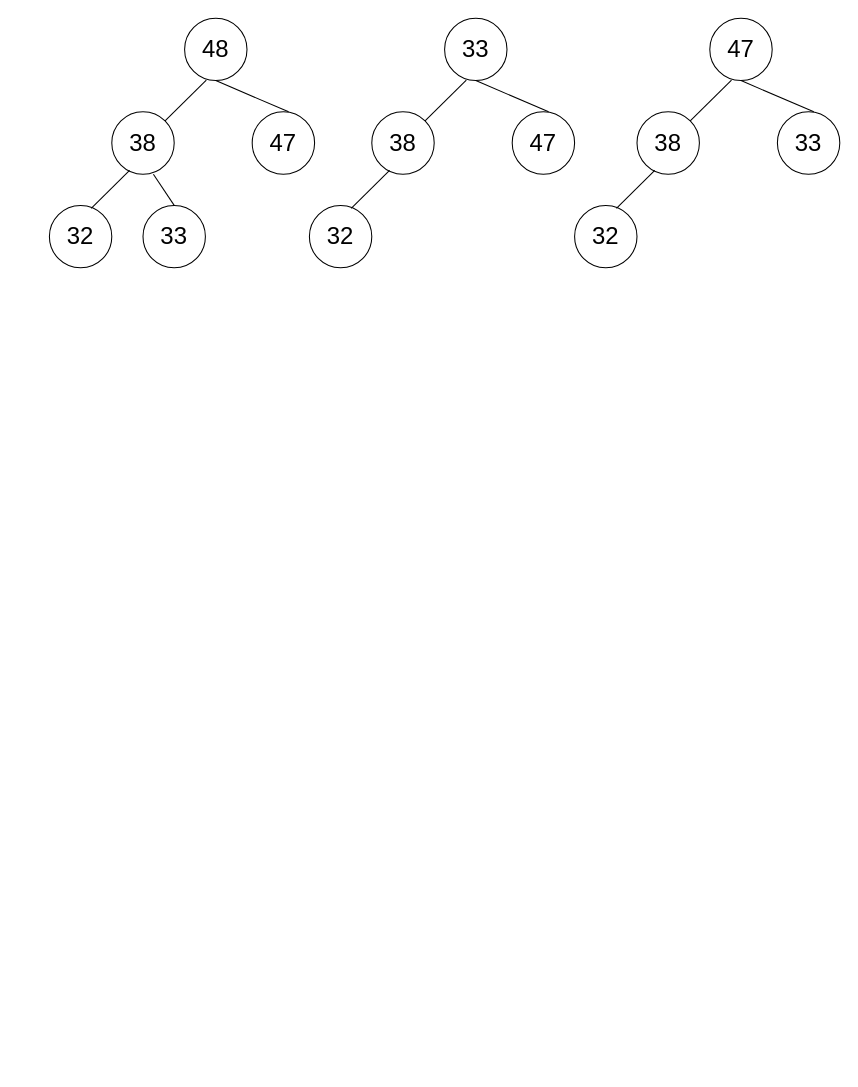
Above: Homework 5 5b.drawio in emmanuel-george/TestProject (draw.io), before the change. Source tidied: cells renumbered, new cells numbered last; positions are measured from the earlier drawing's top-left corner, leaving out a move shared by most shapes. Both pictures are drawn from the tidied source at 104%, with x=0, y=0 at pixel (49, 18).
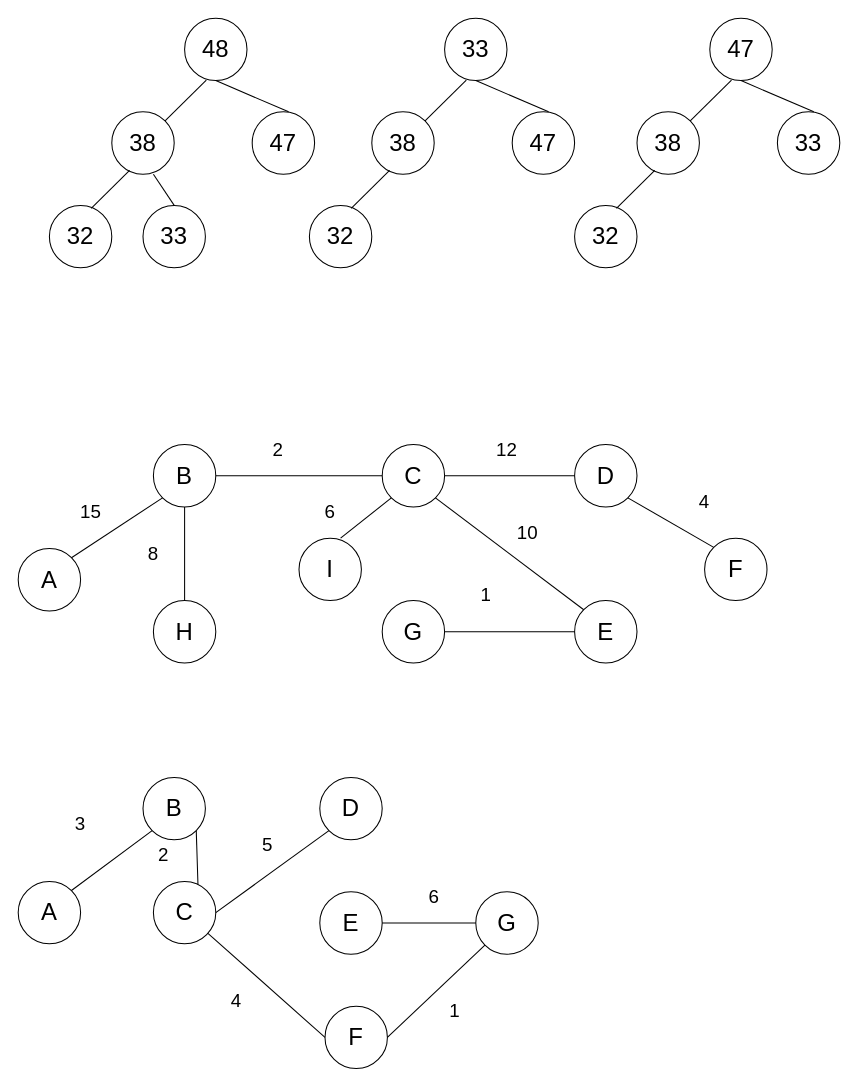
The same diagram, later.

Diff of the diagram source:
```diff
@@
+    <mxCell id="25" value="&lt;font style=&quot;font-size: 23px&quot;&gt;A&lt;/font&gt;" style="ellipse;whiteSpace=wrap;html=1;fontSize=12;" parent="1" vertex="1">
+      <mxGeometry x="-30" y="510" width="60" height="60" as="geometry" />
+    </mxCell>
+    <mxCell id="26" value="&lt;font style=&quot;font-size: 23px&quot;&gt;B&lt;/font&gt;" style="ellipse;whiteSpace=wrap;html=1;fontSize=12;" parent="1" vertex="1">
+      <mxGeometry x="100" y="410" width="60" height="60" as="geometry" />
+    </mxCell>
+    <mxCell id="27" value="&lt;span style=&quot;font-size: 23px&quot;&gt;H&lt;/span&gt;" style="ellipse;whiteSpace=wrap;html=1;fontSize=12;" parent="1" vertex="1">
+      <mxGeometry x="100" y="560" width="60" height="60" as="geometry" />
+    </mxCell>
+    <mxCell id="28" value="&lt;span style=&quot;font-size: 23px&quot;&gt;C&lt;/span&gt;" style="ellipse;whiteSpace=wrap;html=1;fontSize=12;" parent="1" vertex="1">
+      <mxGeometry x="320" y="410" width="60" height="60" as="geometry" />
+    </mxCell>
+    <mxCell id="29" value="&lt;span style=&quot;font-size: 23px&quot;&gt;I&lt;/span&gt;" style="ellipse;whiteSpace=wrap;html=1;fontSize=12;" parent="1" vertex="1">
+      <mxGeometry x="240" y="500" width="60" height="60" as="geometry" />
+    </mxCell>
+    <mxCell id="30" value="&lt;span style=&quot;font-size: 23px&quot;&gt;G&lt;/span&gt;" style="ellipse;whiteSpace=wrap;html=1;fontSize=12;" parent="1" vertex="1">
+      <mxGeometry x="320" y="560" width="60" height="60" as="geometry" />
+    </mxCell>
+    <mxCell id="31" value="&lt;span style=&quot;font-size: 23px&quot;&gt;E&lt;/span&gt;" style="ellipse;whiteSpace=wrap;html=1;fontSize=12;" parent="1" vertex="1">
+      <mxGeometry x="505" y="560" width="60" height="60" as="geometry" />
+    </mxCell>
+    <mxCell id="32" value="&lt;span style=&quot;font-size: 23px&quot;&gt;D&lt;/span&gt;" style="ellipse;whiteSpace=wrap;html=1;fontSize=12;" parent="1" vertex="1">
+      <mxGeometry x="505" y="410" width="60" height="60" as="geometry" />
+    </mxCell>
+    <mxCell id="33" value="&lt;span style=&quot;font-size: 23px&quot;&gt;F&lt;/span&gt;" style="ellipse;whiteSpace=wrap;html=1;fontSize=12;" parent="1" vertex="1">
+      <mxGeometry x="630" y="500" width="60" height="60" as="geometry" />
+    </mxCell>
+    <mxCell id="34" style="endArrow=none;html=1;rounded=0;fontSize=18;entryX=0;entryY=1;entryDx=0;entryDy=0;exitX=1;exitY=0;exitDx=0;exitDy=0;" parent="1" edge="1" source="25" target="26">
+      <mxGeometry relative="1" as="geometry" />
+    </mxCell>
+    <mxCell id="35" style="endArrow=none;html=1;rounded=0;fontSize=18;entryX=0.5;entryY=1;entryDx=0;entryDy=0;exitX=0.5;exitY=0;exitDx=0;exitDy=0;" parent="1" edge="1" source="27" target="26">
+      <mxGeometry relative="1" as="geometry" />
+    </mxCell>
+    <mxCell id="36" style="endArrow=none;html=1;rounded=0;fontSize=18;exitX=1;exitY=0.5;exitDx=0;exitDy=0;entryX=0;entryY=0.5;entryDx=0;entryDy=0;" parent="1" edge="1" source="26" target="28">
+      <mxGeometry relative="1" as="geometry" />
+    </mxCell>
+    <mxCell id="37" style="endArrow=none;html=1;rounded=0;fontSize=18;exitX=1;exitY=0.5;exitDx=0;exitDy=0;entryX=0;entryY=0.5;entryDx=0;entryDy=0;" parent="1" edge="1" source="28" target="32">
+      <mxGeometry relative="1" as="geometry" />
+    </mxCell>
+    <mxCell id="38" style="endArrow=none;html=1;rounded=0;fontSize=18;entryX=1;entryY=1;entryDx=0;entryDy=0;exitX=0;exitY=0;exitDx=0;exitDy=0;" parent="1" edge="1" source="33" target="32">
+      <mxGeometry relative="1" as="geometry" />
+    </mxCell>
+    <mxCell id="39" style="endArrow=none;html=1;rounded=0;fontSize=18;entryX=1;entryY=1;entryDx=0;entryDy=0;exitX=0;exitY=0;exitDx=0;exitDy=0;" parent="1" edge="1" source="31" target="28">
+      <mxGeometry relative="1" as="geometry" />
+    </mxCell>
+    <mxCell id="40" style="endArrow=none;html=1;rounded=0;fontSize=18;exitX=1;exitY=0.5;exitDx=0;exitDy=0;entryX=0;entryY=0.5;entryDx=0;entryDy=0;" parent="1" edge="1" source="30" target="31">
+      <mxGeometry relative="1" as="geometry" />
+    </mxCell>
+    <mxCell id="41" style="endArrow=none;html=1;rounded=0;fontSize=18;entryX=0;entryY=1;entryDx=0;entryDy=0;" parent="1" edge="1" target="28">
+      <mxGeometry relative="1" as="geometry">
+        <mxPoint x="280" y="500" as="sourcePoint" />
+      </mxGeometry>
+    </mxCell>
+    <mxCell id="42" value="15" style="text;html=1;strokeColor=none;fillColor=none;align=center;verticalAlign=middle;whiteSpace=wrap;rounded=0;fontSize=18;" parent="1" vertex="1">
+      <mxGeometry x="10" y="460" width="60" height="30" as="geometry" />
+    </mxCell>
+    <mxCell id="43" value="8" style="text;html=1;strokeColor=none;fillColor=none;align=center;verticalAlign=middle;whiteSpace=wrap;rounded=0;fontSize=18;" parent="1" vertex="1">
+      <mxGeometry x="70" y="500" width="60" height="30" as="geometry" />
+    </mxCell>
+    <mxCell id="44" value="2" style="text;html=1;strokeColor=none;fillColor=none;align=center;verticalAlign=middle;whiteSpace=wrap;rounded=0;fontSize=18;" parent="1" vertex="1">
+      <mxGeometry x="190" y="400" width="60" height="30" as="geometry" />
+    </mxCell>
+    <mxCell id="45" value="6" style="text;html=1;strokeColor=none;fillColor=none;align=center;verticalAlign=middle;whiteSpace=wrap;rounded=0;fontSize=18;" parent="1" vertex="1">
+      <mxGeometry x="240" y="460" width="60" height="30" as="geometry" />
+    </mxCell>
+    <mxCell id="46" value="12" style="text;html=1;strokeColor=none;fillColor=none;align=center;verticalAlign=middle;whiteSpace=wrap;rounded=0;fontSize=18;" parent="1" vertex="1">
+      <mxGeometry x="410" y="400" width="60" height="30" as="geometry" />
+    </mxCell>
+    <mxCell id="47" value="10" style="text;html=1;strokeColor=none;fillColor=none;align=center;verticalAlign=middle;whiteSpace=wrap;rounded=0;fontSize=18;" parent="1" vertex="1">
+      <mxGeometry x="430" y="480" width="60" height="30" as="geometry" />
+    </mxCell>
+    <mxCell id="48" value="4" style="text;html=1;strokeColor=none;fillColor=none;align=center;verticalAlign=middle;whiteSpace=wrap;rounded=0;fontSize=18;" parent="1" vertex="1">
+      <mxGeometry x="600" y="450" width="60" height="30" as="geometry" />
+    </mxCell>
+    <mxCell id="49" value="1" style="text;html=1;strokeColor=none;fillColor=none;align=center;verticalAlign=middle;whiteSpace=wrap;rounded=0;fontSize=18;" parent="1" vertex="1">
+      <mxGeometry x="390" y="540" width="60" height="30" as="geometry" />
+    </mxCell>
+    <mxCell id="50" value="&lt;font style=&quot;font-size: 23px&quot;&gt;A&lt;/font&gt;" style="ellipse;whiteSpace=wrap;html=1;fontSize=12;" parent="1" vertex="1">
+      <mxGeometry x="-30" y="830" width="60" height="60" as="geometry" />
+    </mxCell>
+    <mxCell id="51" value="&lt;font style=&quot;font-size: 23px&quot;&gt;B&lt;/font&gt;" style="ellipse;whiteSpace=wrap;html=1;fontSize=12;" parent="1" vertex="1">
+      <mxGeometry x="90" y="730" width="60" height="60" as="geometry" />
+    </mxCell>
+    <mxCell id="52" value="&lt;span style=&quot;font-size: 23px&quot;&gt;C&lt;/span&gt;" style="ellipse;whiteSpace=wrap;html=1;fontSize=12;" parent="1" vertex="1">
+      <mxGeometry x="100" y="830" width="60" height="60" as="geometry" />
+    </mxCell>
+    <mxCell id="53" value="&lt;span style=&quot;font-size: 23px&quot;&gt;D&lt;/span&gt;" style="ellipse;whiteSpace=wrap;html=1;fontSize=12;" parent="1" vertex="1">
+      <mxGeometry x="260" y="730" width="60" height="60" as="geometry" />
+    </mxCell>
+    <mxCell id="54" value="&lt;span style=&quot;font-size: 23px&quot;&gt;E&lt;/span&gt;" style="ellipse;whiteSpace=wrap;html=1;fontSize=12;" parent="1" vertex="1">
+      <mxGeometry x="260" y="840" width="60" height="60" as="geometry" />
+    </mxCell>
+    <mxCell id="55" value="&lt;span style=&quot;font-size: 23px&quot;&gt;F&lt;/span&gt;" style="ellipse;whiteSpace=wrap;html=1;fontSize=12;" parent="1" vertex="1">
+      <mxGeometry x="265" y="950" width="60" height="60" as="geometry" />
+    </mxCell>
+    <mxCell id="56" value="&lt;span style=&quot;font-size: 23px&quot;&gt;G&lt;/span&gt;" style="ellipse;whiteSpace=wrap;html=1;fontSize=12;" parent="1" vertex="1">
+      <mxGeometry x="410" y="840" width="60" height="60" as="geometry" />
+    </mxCell>
+    <mxCell id="57" style="endArrow=none;html=1;rounded=0;fontSize=18;exitX=1;exitY=0;exitDx=0;exitDy=0;entryX=0;entryY=1;entryDx=0;entryDy=0;" parent="1" edge="1" source="50" target="51">
+      <mxGeometry relative="1" as="geometry" />
+    </mxCell>
+    <mxCell id="58" style="endArrow=none;html=1;rounded=0;fontSize=18;exitX=1;exitY=0.5;exitDx=0;exitDy=0;entryX=0;entryY=1;entryDx=0;entryDy=0;" parent="1" edge="1" source="52" target="53">
+      <mxGeometry relative="1" as="geometry" />
+    </mxCell>
+    <mxCell id="59" style="endArrow=none;html=1;rounded=0;fontSize=18;entryX=1;entryY=1;entryDx=0;entryDy=0;exitX=0.714;exitY=0.045;exitDx=0;exitDy=0;exitPerimeter=0;" parent="1" edge="1" source="52" target="51">
+      <mxGeometry relative="1" as="geometry" />
+    </mxCell>
+    <mxCell id="60" style="endArrow=none;html=1;rounded=0;fontSize=18;exitX=0;exitY=0.5;exitDx=0;exitDy=0;" parent="1" edge="1" source="55" target="52">
+      <mxGeometry relative="1" as="geometry" />
+    </mxCell>
+    <mxCell id="61" style="endArrow=none;html=1;rounded=0;fontSize=18;exitX=1;exitY=0.5;exitDx=0;exitDy=0;entryX=0;entryY=1;entryDx=0;entryDy=0;" parent="1" edge="1" source="55" target="56">
+      <mxGeometry relative="1" as="geometry" />
+    </mxCell>
+    <mxCell id="62" style="endArrow=none;html=1;rounded=0;fontSize=18;entryX=0;entryY=0.5;entryDx=0;entryDy=0;exitX=1;exitY=0.5;exitDx=0;exitDy=0;" parent="1" edge="1" source="54" target="56">
+      <mxGeometry relative="1" as="geometry" />
+    </mxCell>
+    <mxCell id="63" value="3" style="text;html=1;strokeColor=none;fillColor=none;align=center;verticalAlign=middle;whiteSpace=wrap;rounded=0;fontSize=18;" parent="1" vertex="1">
+      <mxGeometry y="760" width="60" height="30" as="geometry" />
+    </mxCell>
+    <mxCell id="64" value="2" style="text;html=1;strokeColor=none;fillColor=none;align=center;verticalAlign=middle;whiteSpace=wrap;rounded=0;fontSize=18;" parent="1" vertex="1">
+      <mxGeometry x="80" y="790" width="60" height="30" as="geometry" />
+    </mxCell>
+    <mxCell id="65" value="5" style="text;html=1;strokeColor=none;fillColor=none;align=center;verticalAlign=middle;whiteSpace=wrap;rounded=0;fontSize=18;" parent="1" vertex="1">
+      <mxGeometry x="180" y="780" width="60" height="30" as="geometry" />
+    </mxCell>
+    <mxCell id="66" value="4" style="text;html=1;strokeColor=none;fillColor=none;align=center;verticalAlign=middle;whiteSpace=wrap;rounded=0;fontSize=18;" parent="1" vertex="1">
+      <mxGeometry x="150" y="930" width="60" height="30" as="geometry" />
+    </mxCell>
+    <mxCell id="67" value="1" style="text;html=1;strokeColor=none;fillColor=none;align=center;verticalAlign=middle;whiteSpace=wrap;rounded=0;fontSize=18;" parent="1" vertex="1">
+      <mxGeometry x="360" y="940" width="60" height="30" as="geometry" />
+    </mxCell>
+    <mxCell id="68" value="6" style="text;html=1;strokeColor=none;fillColor=none;align=center;verticalAlign=middle;whiteSpace=wrap;rounded=0;fontSize=18;" parent="1" vertex="1">
+      <mxGeometry x="340" y="830" width="60" height="30" as="geometry" />
+    </mxCell>
```
